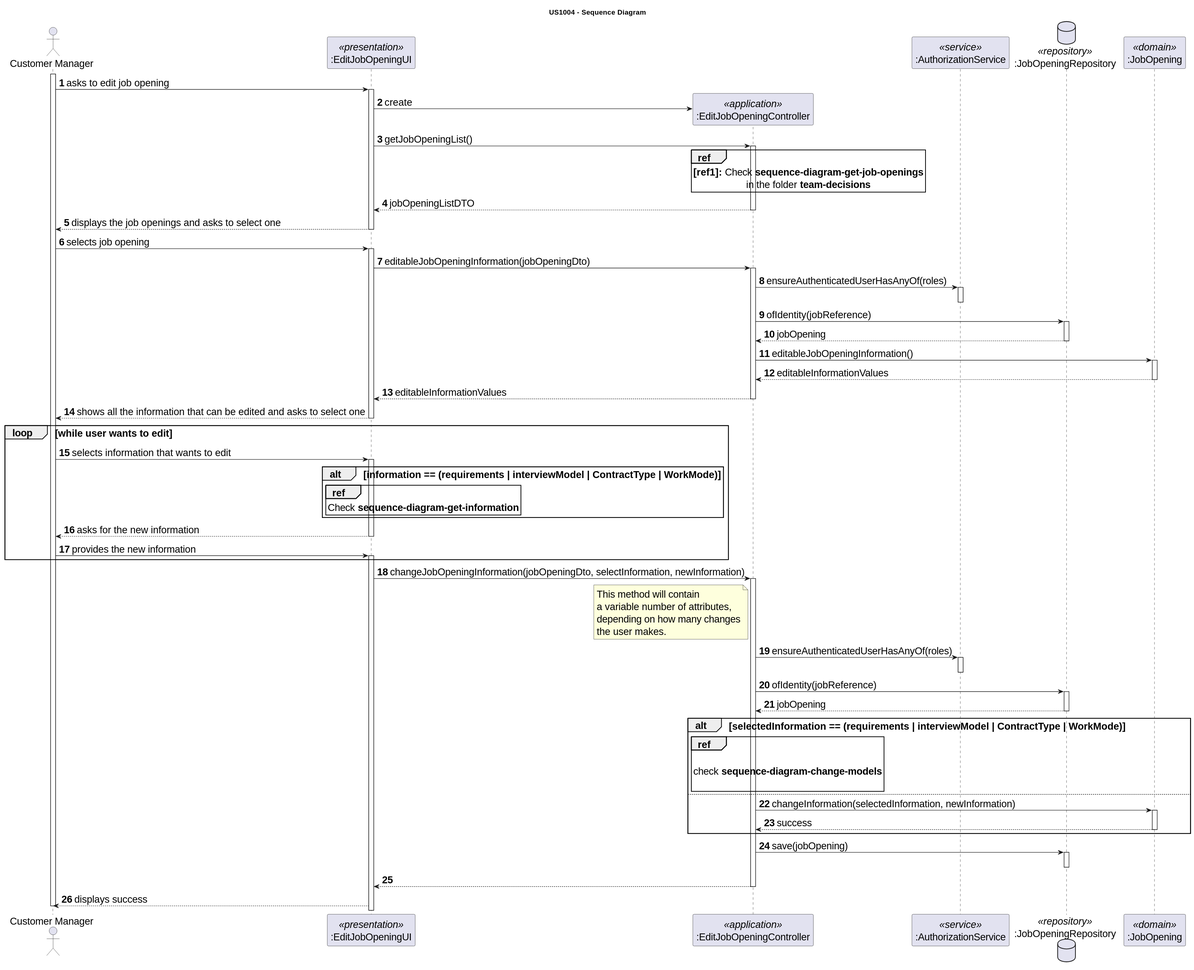
This is docs/sprint-c/us_1004/design-diagrams/sequence-diagram.svg from rita-barbosa/LAPR4-2324, a PlantUML export, as it was before one commit.
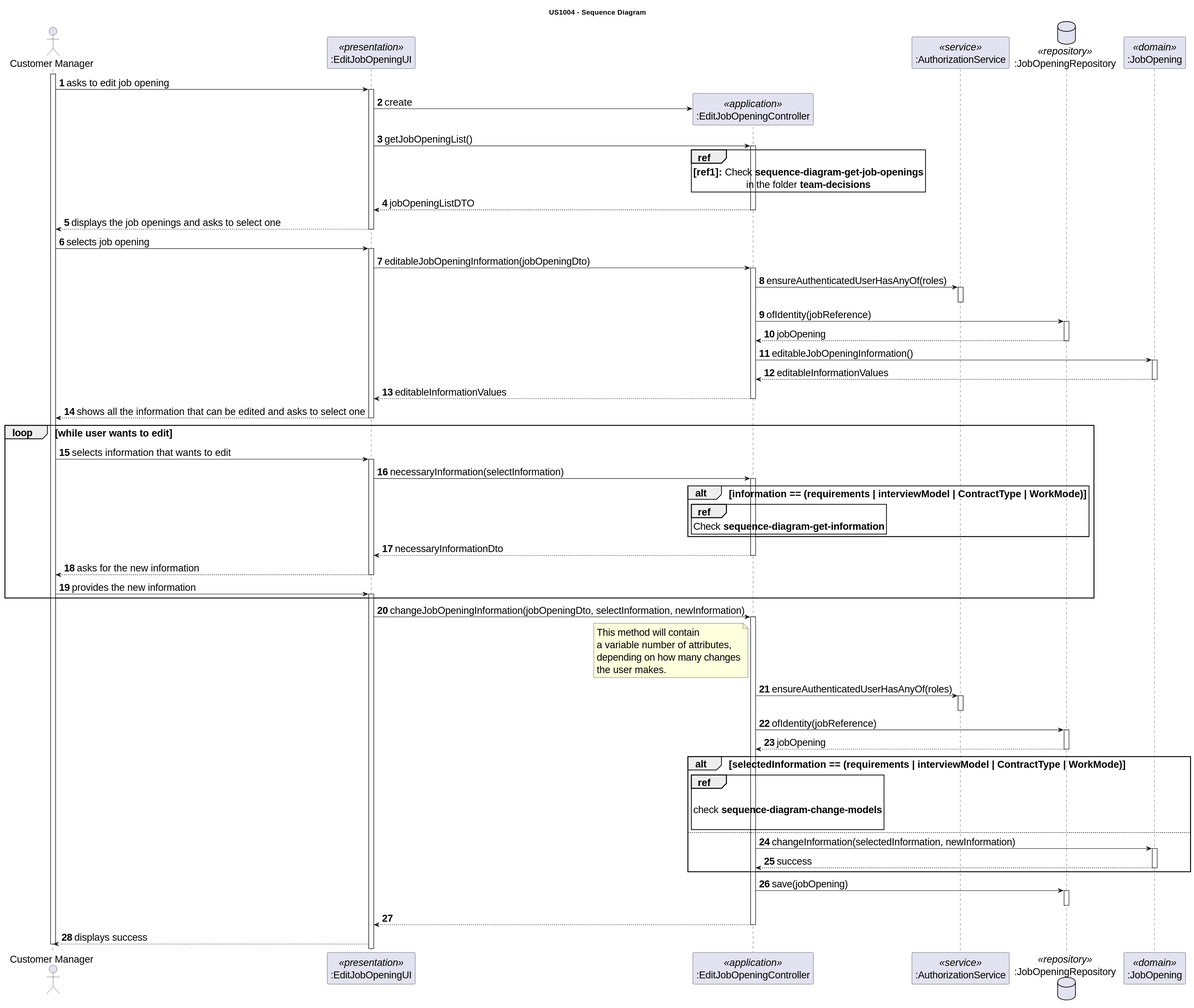
After the change.

Commit message:
docs: updates sequence and class diagram to correct mistake in design. [closes #254]

What changed in the source:
```diff
@@ -67,12 +67,18 @@
     USER -> UI : selects information that wants to edit
     activate UI
 
+    UI -> CTRL: necessaryInformation(selectInformation)
+    activate CTRL
+
     alt information == (requirements | interviewModel | ContractType | WorkMode)
 
-        ref over UI
+        ref over CTRL
             Check **sequence-diagram-get-information**
         end ref
     end alt
+
+    CTRL --> UI: necessaryInformationDto
+    deactivate CTRL
 
     UI --> USER : asks for the new information
     deactivate UI
```
